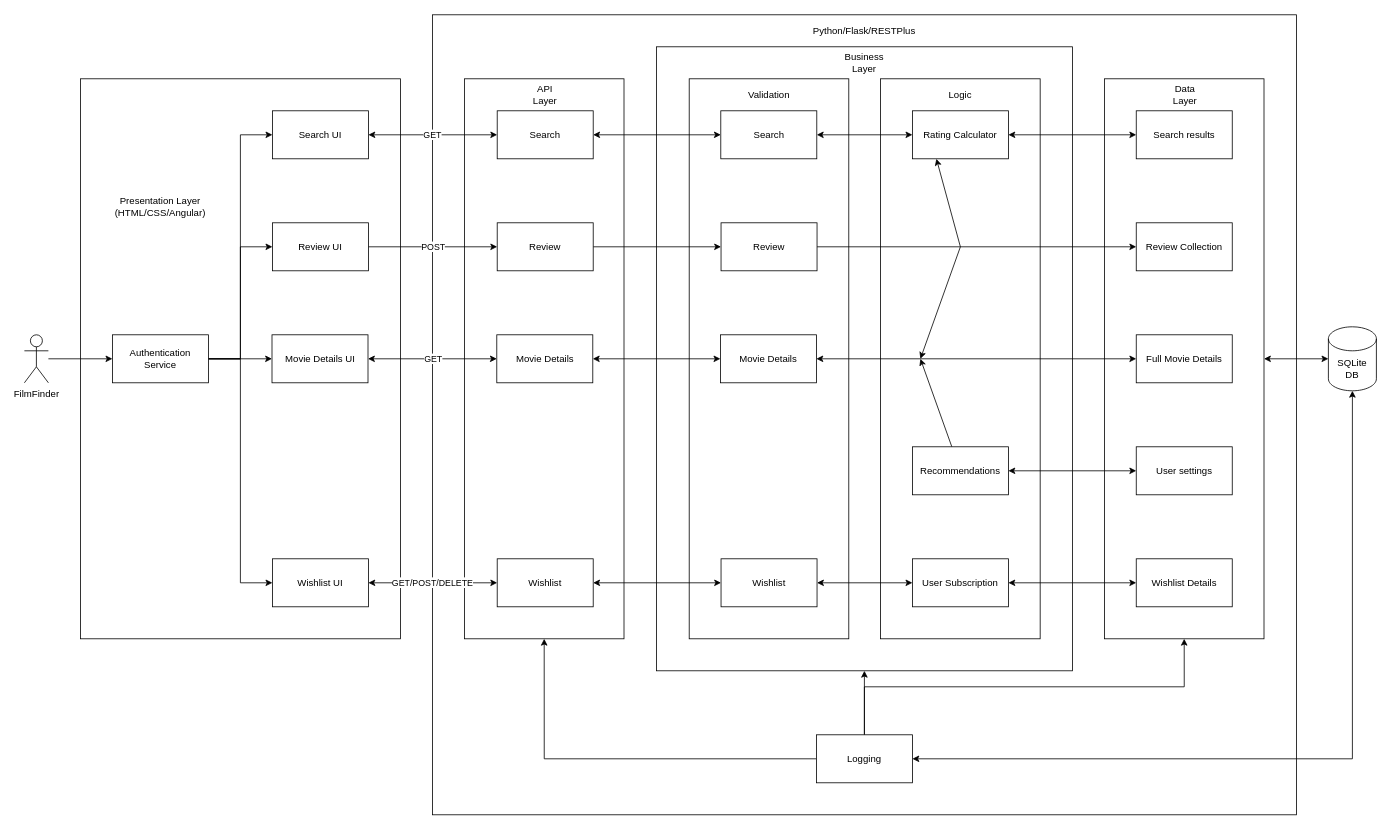
This is page "New (horizontal)" (2 of 3) of software_architecture.drawio from unsw-cse-capstone-project/capstone-project-comp9900-h16a-tahelka, a draw.io file, before an edit. Source tidied: cells renumbered, new cells numbered last; positions are measured from the earlier drawing's top-left corner, leaving out a move shared by most shapes. Both pictures are drawn from the tidied source at 80%, with x=0, y=0 at pixel (24, 14).
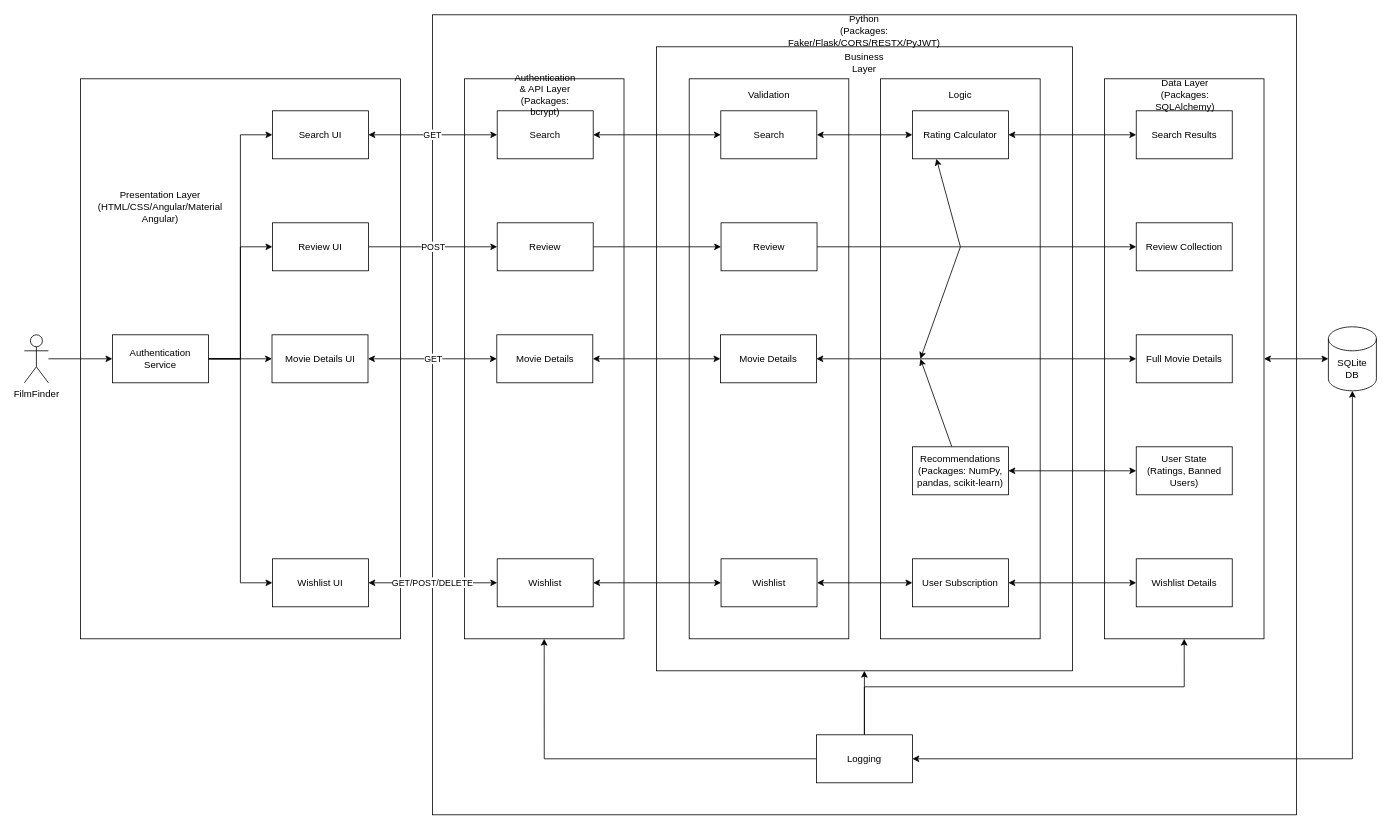
The same diagram, later.

Commit message:
Final software architecture diagram

Change to the diagram source:
```diff
@@
-    <mxCell id="11" value="Presentation Layer (HTML/CSS/Angular)" style="text;html=1;strokeColor=none;fillColor=none;align=center;verticalAlign=middle;whiteSpace=wrap;rounded=0;" parent="1" vertex="1">
+    <mxCell id="11" value="Presentation Layer&lt;br&gt;(HTML/CSS/Angular/Material Angular)" style="text;html=1;strokeColor=none;fillColor=none;align=center;verticalAlign=middle;whiteSpace=wrap;rounded=0;" parent="1" vertex="1">
       <mxGeometry x="150" y="230" width="40" height="20" as="geometry" />
     </mxCell>
@@
-    <mxCell id="18" value="API Layer" style="text;html=1;strokeColor=none;fillColor=none;align=center;verticalAlign=middle;whiteSpace=wrap;rounded=0;" parent="1" vertex="1">
+    <mxCell id="18" value="Authentication &amp;amp; API Layer&lt;br&gt;(Packages: bcrypt)" style="text;html=1;strokeColor=none;fillColor=none;align=center;verticalAlign=middle;whiteSpace=wrap;rounded=0;" parent="1" vertex="1">
       <mxGeometry x="631" y="90" width="40" height="20" as="geometry" />
     </mxCell>
@@
-    <mxCell id="28" value="Recommendations" style="rounded=0;whiteSpace=wrap;html=1;" parent="1" vertex="1">
+    <mxCell id="28" value="Recommendations&lt;br&gt;(Packages: NumPy, pandas, scikit-learn)" style="rounded=0;whiteSpace=wrap;html=1;" parent="1" vertex="1">
       <mxGeometry x="1110" y="540" width="120" height="60" as="geometry" />
     </mxCell>
@@
-    <mxCell id="33" value="Search results" style="rounded=0;whiteSpace=wrap;html=1;" parent="1" vertex="1">
+    <mxCell id="33" value="Search Results" style="rounded=0;whiteSpace=wrap;html=1;" parent="1" vertex="1">
       <mxGeometry x="1389.8" y="120" width="120" height="60" as="geometry" />
     </mxCell>
@@
-    <mxCell id="35" value="Data Layer" style="text;html=1;strokeColor=none;fillColor=none;align=center;verticalAlign=middle;whiteSpace=wrap;rounded=0;" parent="1" vertex="1">
+    <mxCell id="35" value="Data Layer&lt;br&gt;(Packages: SQLAlchemy)" style="text;html=1;strokeColor=none;fillColor=none;align=center;verticalAlign=middle;whiteSpace=wrap;rounded=0;" parent="1" vertex="1">
       <mxGeometry x="1431" y="90" width="40" height="20" as="geometry" />
     </mxCell>
-    <mxCell id="36" value="Python/Flask/RESTPlus" style="text;html=1;strokeColor=none;fillColor=none;align=center;verticalAlign=middle;whiteSpace=wrap;rounded=0;" parent="1" vertex="1">
+    <mxCell id="36" value="Python&lt;br&gt;(Packages: Faker/Flask/CORS/RESTX/PyJWT)" style="text;html=1;strokeColor=none;fillColor=none;align=center;verticalAlign=middle;whiteSpace=wrap;rounded=0;" parent="1" vertex="1">
       <mxGeometry x="1030" y="10" width="40" height="20" as="geometry" />
     </mxCell>
@@
-    <mxCell id="42" value="User settings" style="rounded=0;whiteSpace=wrap;html=1;" parent="1" vertex="1">
+    <mxCell id="42" value="User State&lt;br&gt;(Ratings, Banned Users)" style="rounded=0;whiteSpace=wrap;html=1;" parent="1" vertex="1">
       <mxGeometry x="1389.8" y="540" width="120" height="60" as="geometry" />
     </mxCell>
```
